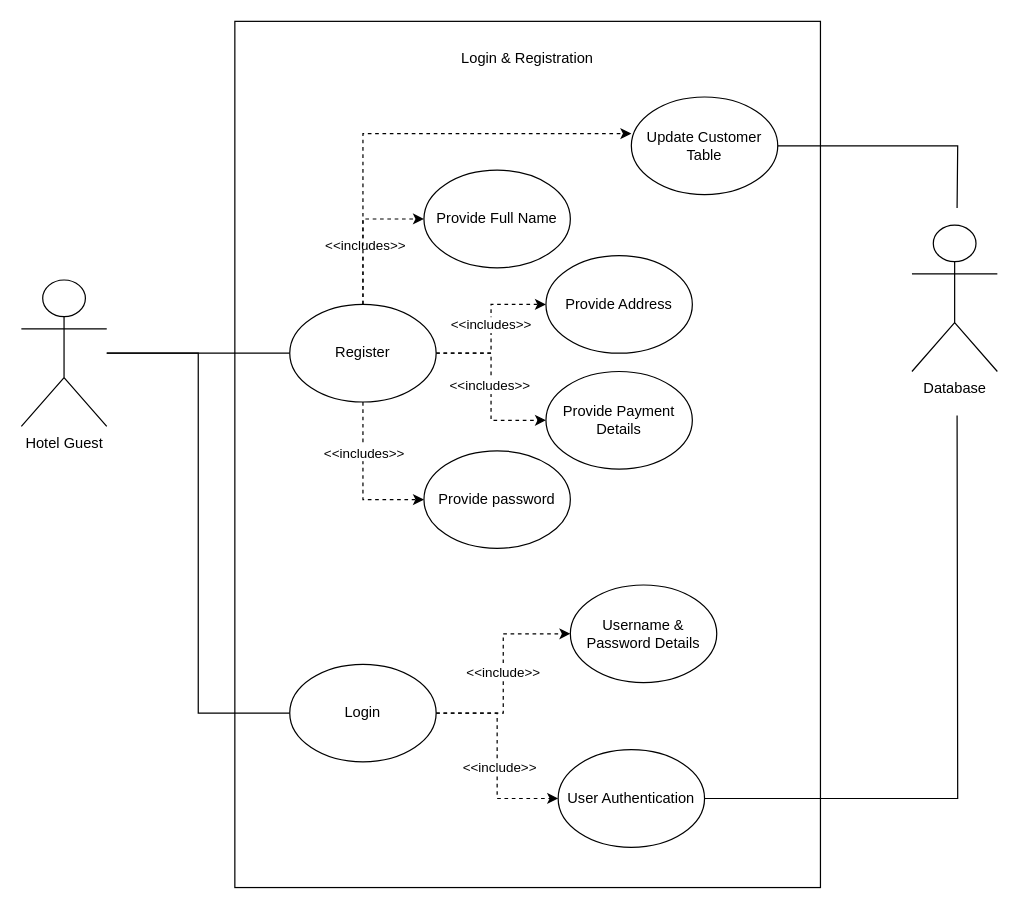
Before: Diagrams/UseCase/LoginRegistration.drawio in mclhtay/CS4471, a draw.io diagram. Source tidied: cells renumbered, new cells numbered last; positions are measured from the earlier drawing's top-left corner, leaving out a move shared by most shapes. Both pictures are drawn from the tidied source at 122%, with x=0, y=0 at pixel (21, 21).
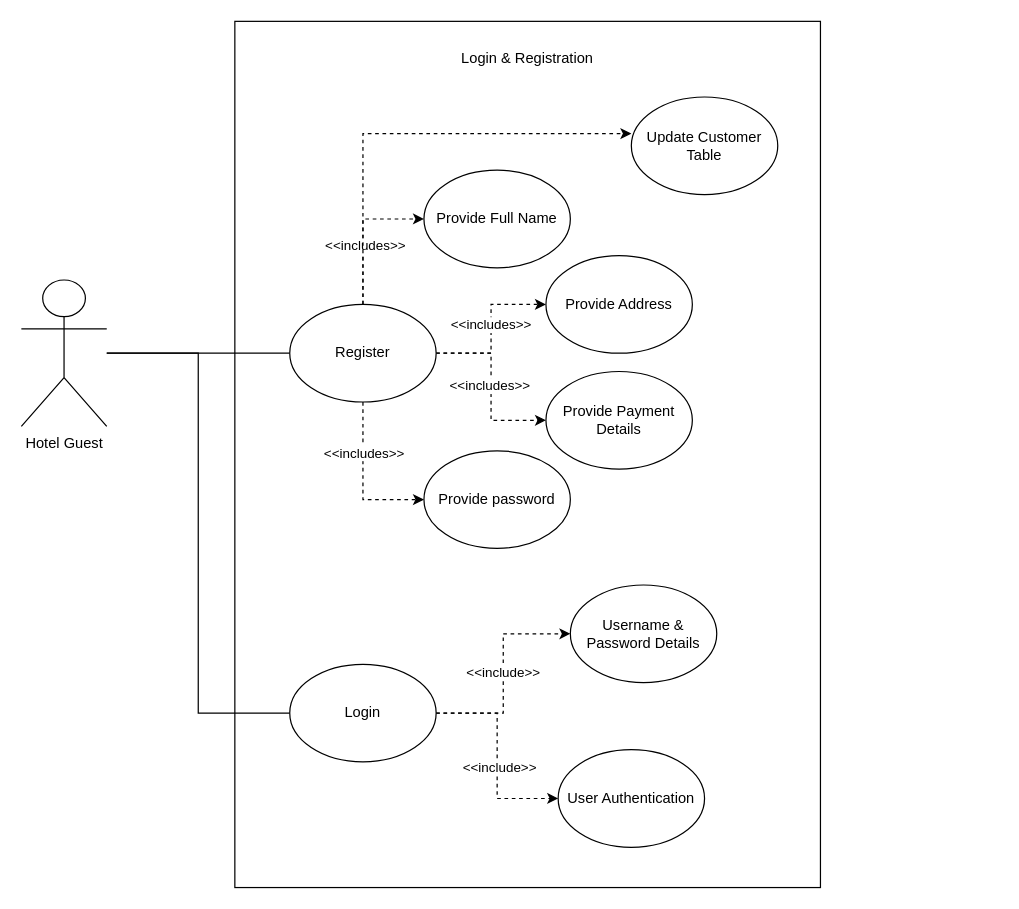
After the change.

Commit message (it also covers changes not shown here):
Updated login usecase based on team suggestions

Unchanged cells that the change refers to:
```xml
<mxCell id="22" value="User Authentication" style="ellipse;whiteSpace=wrap;html=1;" parent="1" vertex="1">
  <mxGeometry x="440" y="597" width="120" height="80" as="geometry" />
</mxCell>
<mxCell id="30" value="Update Customer Table" style="ellipse;whiteSpace=wrap;html=1;" parent="1" vertex="1">
  <mxGeometry x="500" y="62" width="120" height="80" as="geometry" />
</mxCell>
```

Diff of the diagram source:
```diff
@@
-    <mxCell id="21" style="edgeStyle=orthogonalEdgeStyle;rounded=0;jettySize=auto;html=1;endArrow=none;endFill=0;" parent="1" edge="1" source="22">
-      <mxGeometry relative="1" as="geometry">
-        <mxPoint x="767" y="323" as="targetPoint" />
-      </mxGeometry>
-    </mxCell>
@@
-    <mxCell id="28" value="Database" style="shape=umlActor;verticalLabelPosition=bottom;verticalAlign=top;html=1;" parent="1" vertex="1">
-      <mxGeometry x="730" y="167" width="70" height="120" as="geometry" />
-    </mxCell>
-    <mxCell id="29" style="edgeStyle=orthogonalEdgeStyle;rounded=0;jettySize=auto;html=1;exitX=1;exitY=0.5;exitDx=0;exitDy=0;endArrow=none;endFill=0;" parent="1" edge="1" source="30">
-      <mxGeometry relative="1" as="geometry">
-        <mxPoint x="767" y="153" as="targetPoint" />
-      </mxGeometry>
-    </mxCell>
```
